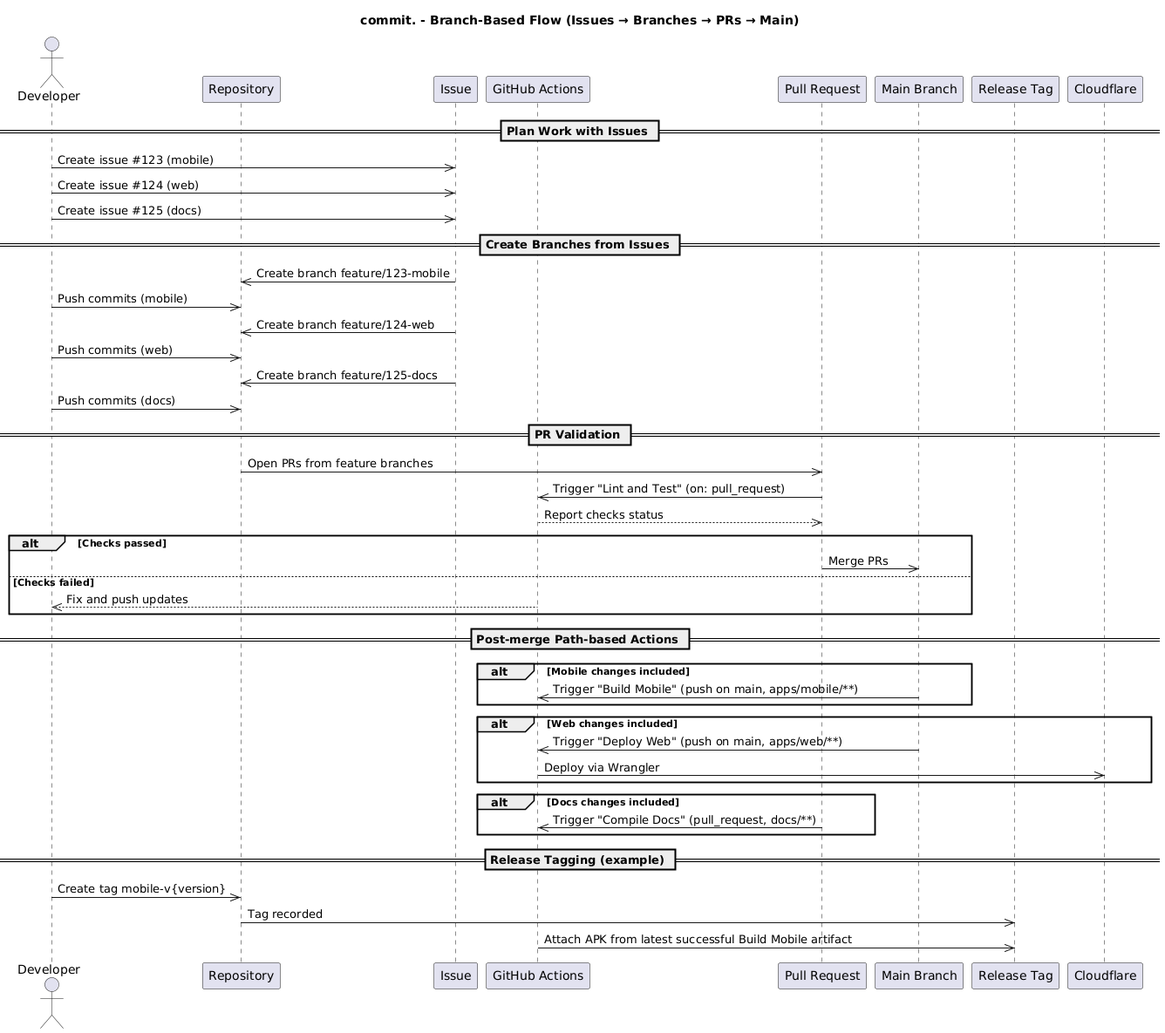
Earlier version of the PlantUML export docs/branch-flow.png (getcommitapp/commit).
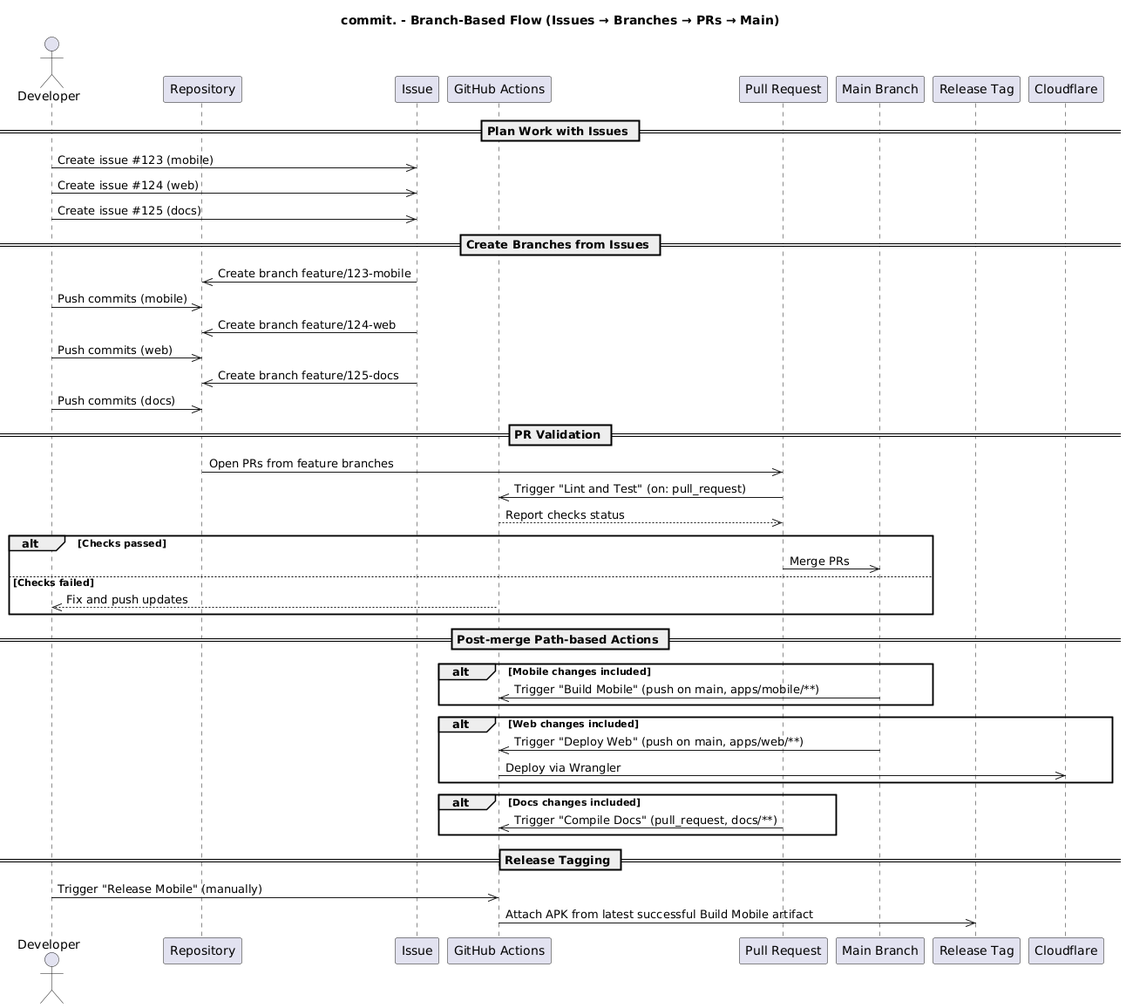
The same diagram one commit later.

The edit, as a diff of the source:
```diff
@@ -47,9 +47,8 @@
   PR ->> GHA: Trigger "Compile Docs" (pull_request, docs/**)
 end
 
-== Release Tagging (example) ==
-Dev ->> Repo: Create tag mobile-v{version}
-Repo ->> Rel: Tag recorded
+== Release Tagging ==
+Dev ->> GHA: Trigger "Release Mobile" (manually)
 GHA ->> Rel: Attach APK from latest successful Build Mobile artifact
 
 @enduml
```
